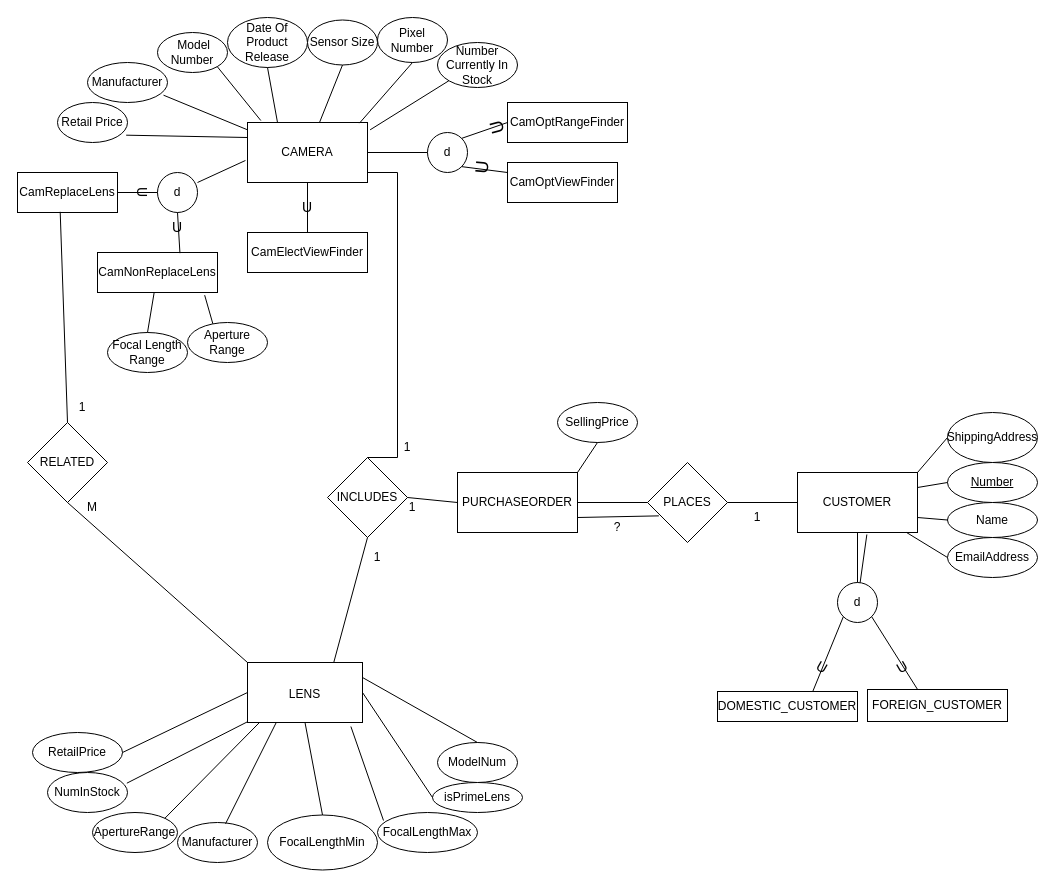
Before: 3421q1.drawio in DylanBriSmith/DylanBriSmith, a draw.io diagram. Source tidied: cells renumbered, new cells numbered last; positions are measured from the earlier drawing's top-left corner, leaving out a move shared by most shapes. Both pictures are drawn from the tidied source at 100%, with x=0, y=0 at pixel (17, 17).
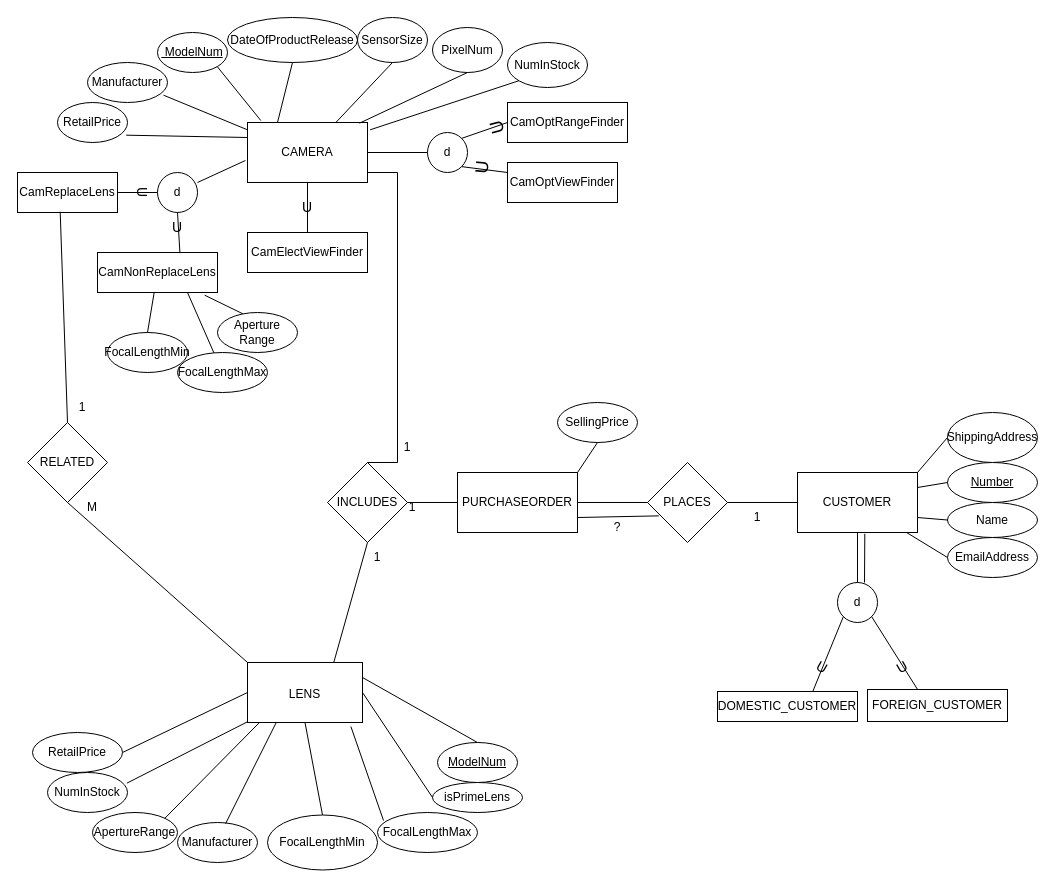
After the change.

The change refers to these unchanged cells:
```xml
<mxCell id="11" value="CamNonReplaceLens" style="rounded=0;whiteSpace=wrap;html=1;" parent="1" vertex="1">
  <mxGeometry x="80" y="235" width="120" height="40" as="geometry" />
</mxCell>
<mxCell id="58" value="CUSTOMER" style="rounded=0;whiteSpace=wrap;html=1;fontSize=12;" parent="1" vertex="1">
  <mxGeometry x="780" y="455" width="120" height="60" as="geometry" />
</mxCell>
<mxCell id="59" value="d" style="ellipse;whiteSpace=wrap;html=1;fontSize=12;" parent="1" vertex="1">
  <mxGeometry x="820" y="565" width="40" height="40" as="geometry" />
</mxCell>
```

Diff of the diagram source:
```diff
@@
-    <mxCell id="3" value="Retail Price" style="ellipse;whiteSpace=wrap;html=1;" parent="1" vertex="1">
+    <mxCell id="3" value="RetailPrice" style="ellipse;whiteSpace=wrap;html=1;" parent="1" vertex="1">
       <mxGeometry x="40" y="85" width="70" height="40" as="geometry" />
     </mxCell>
@@
-    <mxCell id="5" value="&amp;nbsp;Model Number" style="ellipse;whiteSpace=wrap;html=1;" parent="1" vertex="1">
+    <mxCell id="5" value="&lt;u&gt;&amp;nbsp;ModelNum&lt;/u&gt;" style="ellipse;whiteSpace=wrap;html=1;" parent="1" vertex="1">
       <mxGeometry x="140" y="15" width="70" height="40" as="geometry" />
     </mxCell>
-    <mxCell id="6" value="Date Of Product Release" style="ellipse;whiteSpace=wrap;html=1;" parent="1" vertex="1">
-      <mxGeometry x="210" width="80" height="50" as="geometry" />
+    <mxCell id="6" value="DateOfProductRelease" style="ellipse;whiteSpace=wrap;html=1;" parent="1" vertex="1">
+      <mxGeometry x="210" width="130" height="45" as="geometry" />
     </mxCell>
-    <mxCell id="7" value="Sensor Size" style="ellipse;whiteSpace=wrap;html=1;" parent="1" vertex="1">
-      <mxGeometry x="290" y="2.5" width="70" height="45" as="geometry" />
+    <mxCell id="7" value="SensorSize" style="ellipse;whiteSpace=wrap;html=1;" parent="1" vertex="1">
+      <mxGeometry x="340" width="70" height="45" as="geometry" />
     </mxCell>
-    <mxCell id="8" value="Pixel Number" style="ellipse;whiteSpace=wrap;html=1;" parent="1" vertex="1">
-      <mxGeometry x="360" width="70" height="45" as="geometry" />
+    <mxCell id="8" value="PixelNum" style="ellipse;whiteSpace=wrap;html=1;" parent="1" vertex="1">
+      <mxGeometry x="415" y="10" width="70" height="45" as="geometry" />
     </mxCell>
-    <mxCell id="9" value="Number Currently In Stock" style="ellipse;whiteSpace=wrap;html=1;" parent="1" vertex="1">
-      <mxGeometry x="420" y="25" width="80" height="45" as="geometry" />
+    <mxCell id="9" value="NumInStock" style="ellipse;whiteSpace=wrap;html=1;" parent="1" vertex="1">
+      <mxGeometry x="490" y="25" width="80" height="45" as="geometry" />
     </mxCell>
@@
-    <mxCell id="13" value="Focal Length Range" style="ellipse;whiteSpace=wrap;html=1;" parent="1" vertex="1">
+    <mxCell id="13" value="FocalLengthMin" style="ellipse;whiteSpace=wrap;html=1;" parent="1" vertex="1">
       <mxGeometry x="90" y="315" width="80" height="40" as="geometry" />
     </mxCell>
     <mxCell id="14" value="Aperture Range" style="ellipse;whiteSpace=wrap;html=1;" parent="1" vertex="1">
-      <mxGeometry x="170" y="305" width="80" height="40" as="geometry" />
+      <mxGeometry x="200" y="295" width="80" height="40" as="geometry" />
     </mxCell>
@@
-    <mxCell id="43" value="ModelNum" style="ellipse;whiteSpace=wrap;html=1;fontSize=12;" parent="1" vertex="1">
+    <mxCell id="43" value="&lt;u&gt;ModelNum&lt;/u&gt;" style="ellipse;whiteSpace=wrap;html=1;fontSize=12;" parent="1" vertex="1">
       <mxGeometry x="420" y="725" width="80" height="40" as="geometry" />
     </mxCell>
@@
-    <mxCell id="65" style="endArrow=none;html=1;rounded=0;fontSize=12;entryX=0.578;entryY=1.033;entryDx=0;entryDy=0;entryPerimeter=0;" parent="1" edge="1" source="59" target="58">
-      <mxGeometry relative="1" as="geometry" />
+    <mxCell id="65" style="endArrow=none;html=1;rounded=0;fontSize=12;entryX=0.561;entryY=1.022;entryDx=0;entryDy=0;entryPerimeter=0;" parent="1" edge="1" target="58">
+      <mxGeometry relative="1" as="geometry">
+        <mxPoint x="847" y="565" as="sourcePoint" />
+      </mxGeometry>
     </mxCell>
@@
     <mxCell id="85" value="INCLUDES" style="rhombus;whiteSpace=wrap;html=1;fontSize=12;" parent="1" vertex="1">
-      <mxGeometry x="310" y="440" width="80" height="80" as="geometry" />
+      <mxGeometry x="310" y="445" width="80" height="80" as="geometry" />
     </mxCell>
@@
     <mxCell id="87" style="endArrow=none;html=1;rounded=0;fontSize=12;exitX=0.5;exitY=0;exitDx=0;exitDy=0;" parent="1" edge="1" source="85">
       <mxGeometry relative="1" as="geometry">
         <mxPoint x="350" y="155" as="targetPoint" />
         <Array as="points">
-          <mxPoint x="380" y="440" />
+          <mxPoint x="380" y="445" />
           <mxPoint x="380" y="155" />
         </Array>
       </mxGeometry>
     </mxCell>
@@
+    <mxCell id="97" value="FocalLengthMax" style="ellipse;whiteSpace=wrap;html=1;fontSize=12;" parent="1" vertex="1">
+      <mxGeometry x="160" y="335" width="90" height="40" as="geometry" />
+    </mxCell>
+    <mxCell id="98" style="endArrow=none;html=1;rounded=0;fontSize=12;entryX=0.75;entryY=1;entryDx=0;entryDy=0;" parent="1" edge="1" source="97" target="11">
+      <mxGeometry relative="1" as="geometry" />
+    </mxCell>
```
